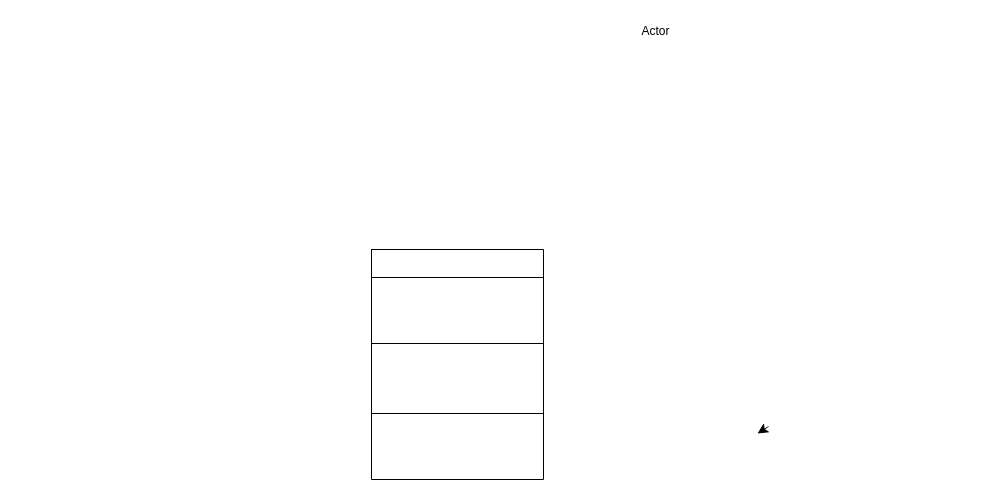
Before: t7iyiuiu.drawio in sanabrii/POO-AgendaApp, a draw.io diagram. Source tidied: cells renumbered, new cells numbered last; positions are measured from the earlier drawing's top-left corner, leaving out a move shared by most shapes. Both pictures are drawn from the tidied source at 100%, with x=0, y=0 at pixel (371, 17).
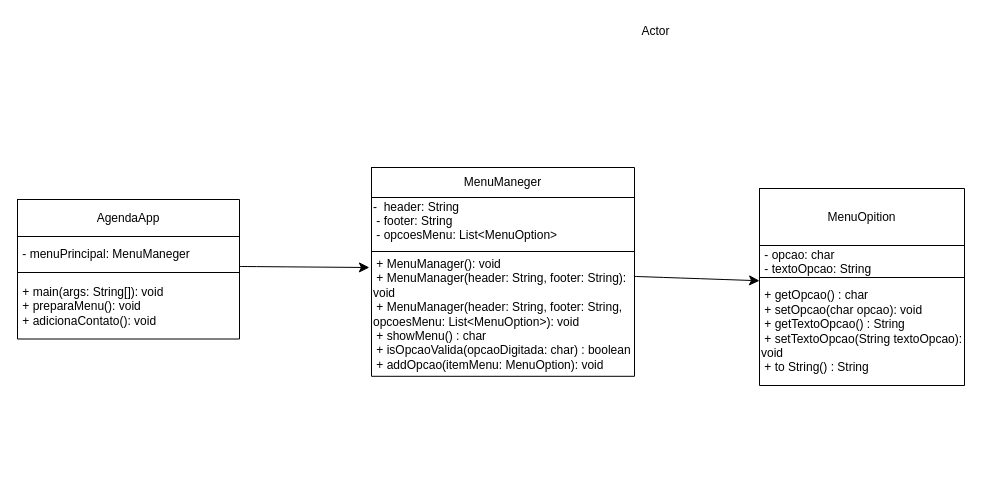
After the change.

Diff of the diagram source:
```diff
@@
     <mxCell id="2" style="shape=table;startSize=0;childLayout=tableLayout;" parent="1" vertex="1">
-      <mxGeometry y="232" width="172" height="230" as="geometry" />
+      <mxGeometry y="150" width="263" height="208.8" as="geometry" />
     </mxCell>
     <mxCell id="3" style="shape=tableRow;horizontal=0;startSize=0;swimlaneHead=0;swimlaneBody=0;strokeColor=inherit;top=0;left=0;bottom=0;right=0;fillColor=none;" parent="2" vertex="1">
-      <mxGeometry width="172" height="28" as="geometry" />
+      <mxGeometry width="263" height="30" as="geometry" />
     </mxCell>
-    <mxCell id="4" style="shape=partialRectangle;html=1;whiteSpace=wrap;strokeColor=inherit;overflow=hidden;fillColor=none;top=0;left=0;bottom=0;right=0;" parent="3" vertex="1">
-      <mxGeometry width="172" height="28" as="geometry" />
+    <mxCell id="4" value="MenuManeger" style="shape=partialRectangle;html=1;whiteSpace=wrap;strokeColor=inherit;overflow=hidden;fillColor=none;top=0;left=0;bottom=0;right=0;" parent="3" vertex="1">
+      <mxGeometry width="263" height="30" as="geometry" />
     </mxCell>
     <mxCell id="5" style="shape=tableRow;horizontal=0;startSize=0;swimlaneHead=0;swimlaneBody=0;strokeColor=inherit;top=0;left=0;bottom=0;right=0;fillColor=none;" parent="2" vertex="1">
-      <mxGeometry y="28" width="172" height="66" as="geometry" />
+      <mxGeometry y="30" width="263" height="54" as="geometry" />
     </mxCell>
-    <mxCell id="6" style="shape=partialRectangle;html=1;whiteSpace=wrap;strokeColor=inherit;overflow=hidden;fillColor=none;top=0;left=0;bottom=0;right=0;" parent="5" vertex="1">
-      <mxGeometry width="172" height="66" as="geometry" />
+    <mxCell id="6" value="-&amp;nbsp; header: String&lt;div&gt;&amp;nbsp;- footer: String&lt;/div&gt;&lt;div&gt;&amp;nbsp;- opcoesMenu: List&amp;lt;MenuOption&amp;gt;&lt;br&gt;&lt;div&gt;&lt;br&gt;&lt;/div&gt;&lt;/div&gt;" style="shape=partialRectangle;html=1;whiteSpace=wrap;strokeColor=inherit;overflow=hidden;fillColor=none;top=0;left=0;bottom=0;right=0;align=left;" parent="5" vertex="1">
+      <mxGeometry width="263" height="54" as="geometry" />
     </mxCell>
+    <mxCell id="13" style="edgeStyle=none;curved=1;rounded=0;orthogonalLoop=1;jettySize=auto;html=1;exitX=1;exitY=0.5;exitDx=0;exitDy=0;fontSize=12;startSize=8;endSize=8;" parent="2" edge="1" source="7" target="7">
+      <mxGeometry relative="1" as="geometry" />
+    </mxCell>
     <mxCell id="7" style="shape=tableRow;horizontal=0;startSize=0;swimlaneHead=0;swimlaneBody=0;strokeColor=inherit;top=0;left=0;bottom=0;right=0;fillColor=none;points=[[0,0.5],[1,0.5]];portConstraint=eastwest;" parent="2" vertex="1">
-      <mxGeometry y="94" width="172" height="70" as="geometry" />
+      <mxGeometry y="84" width="263" height="125" as="geometry" />
     </mxCell>
-    <mxCell id="8" style="shape=partialRectangle;html=1;whiteSpace=wrap;strokeColor=inherit;overflow=hidden;fillColor=none;top=0;left=0;bottom=0;right=0;" parent="7" vertex="1">
-      <mxGeometry width="172" height="70" as="geometry" />
+    <mxCell id="8" value="&lt;span style=&quot;&quot;&gt;&amp;nbsp;+ MenuManager(): void&lt;/span&gt;&lt;div&gt;&lt;div&gt;&lt;span style=&quot;&quot;&gt;&amp;nbsp;+ MenuManager(header: String,&amp;nbsp;&lt;/span&gt;&lt;span style=&quot;&quot;&gt;footer: String): void&lt;/span&gt;&lt;div&gt;&lt;span style=&quot;&quot;&gt;&amp;nbsp;+ MenuManager(header: String,&amp;nbsp;&lt;/span&gt;&lt;span style=&quot;&quot;&gt;footer: String,&amp;nbsp; opcoesMenu:&amp;nbsp;&lt;/span&gt;&lt;span style=&quot;&quot;&gt;List&amp;lt;MenuOption&amp;gt;): void&lt;/span&gt;&lt;br style=&quot;padding: 0px; margin: 0px;&quot;&gt;&lt;span style=&quot;&quot;&gt;&amp;nbsp;+ showMenu() : char&amp;nbsp;&lt;/span&gt;&lt;br style=&quot;padding: 0px; margin: 0px;&quot;&gt;&lt;span style=&quot;&quot;&gt;&amp;nbsp;+ isOpcaoValida(opcaoDigitada:&amp;nbsp;&lt;/span&gt;&lt;span style=&quot;&quot;&gt;char) : boolean&lt;/span&gt;&lt;/div&gt;&lt;div&gt;&lt;span style=&quot;&quot;&gt;&amp;nbsp;+ addOpcao(itemMenu: MenuOption): void&lt;/span&gt;&lt;/div&gt;&lt;/div&gt;&lt;/div&gt;" style="shape=partialRectangle;html=1;whiteSpace=wrap;strokeColor=inherit;overflow=hidden;fillColor=none;top=0;left=0;bottom=0;right=0;align=left;" parent="7" vertex="1">
+      <mxGeometry width="263" height="125" as="geometry" />
     </mxCell>
-    <mxCell id="9" style="shape=tableRow;horizontal=0;startSize=0;swimlaneHead=0;swimlaneBody=0;strokeColor=inherit;top=0;left=0;bottom=0;right=0;fillColor=none;" parent="2" vertex="1">
-      <mxGeometry y="164" width="172" height="66" as="geometry" />
-    </mxCell>
-    <mxCell id="10" style="shape=partialRectangle;html=1;whiteSpace=wrap;strokeColor=inherit;overflow=hidden;fillColor=none;top=0;left=0;bottom=0;right=0;" parent="9" vertex="1">
-      <mxGeometry width="172" height="66" as="geometry" />
-    </mxCell>
-    <mxCell id="11" style="edgeStyle=none;curved=1;rounded=0;orthogonalLoop=1;jettySize=auto;html=1;fontSize=12;startSize=8;endSize=8;" parent="1" edge="1">
-      <mxGeometry relative="1" as="geometry">
-        <mxPoint x="397" y="409" as="sourcePoint" />
-        <mxPoint x="386" y="416" as="targetPoint" />
-      </mxGeometry>
-    </mxCell>
@@
+    <mxCell id="14" style="shape=table;startSize=0;childLayout=tableLayout;" parent="1" vertex="1">
+      <mxGeometry x="388" y="171" width="205" height="197" as="geometry" />
+    </mxCell>
+    <mxCell id="15" style="shape=tableRow;horizontal=0;startSize=0;swimlaneHead=0;swimlaneBody=0;strokeColor=inherit;top=0;left=0;bottom=0;right=0;fillColor=none;" parent="14" vertex="1">
+      <mxGeometry width="205" height="57" as="geometry" />
+    </mxCell>
+    <mxCell id="16" value="MenuOpition" style="shape=partialRectangle;html=1;whiteSpace=wrap;strokeColor=inherit;overflow=hidden;fillColor=none;top=0;left=0;bottom=0;right=0;" parent="15" vertex="1">
+      <mxGeometry width="205" height="57" as="geometry" />
+    </mxCell>
+    <mxCell id="17" style="shape=tableRow;horizontal=0;startSize=0;swimlaneHead=0;swimlaneBody=0;strokeColor=inherit;top=0;left=0;bottom=0;right=0;fillColor=none;" parent="14" vertex="1">
+      <mxGeometry y="57" width="205" height="32" as="geometry" />
+    </mxCell>
+    <mxCell id="18" value="&amp;nbsp;- opcao: char&lt;div&gt;&amp;nbsp;- textoOpcao: String&lt;/div&gt;" style="shape=partialRectangle;html=1;whiteSpace=wrap;strokeColor=inherit;overflow=hidden;fillColor=none;top=0;left=0;bottom=0;right=0;align=left;" parent="17" vertex="1">
+      <mxGeometry width="205" height="32" as="geometry" />
+    </mxCell>
+    <mxCell id="19" style="shape=tableRow;horizontal=0;startSize=0;swimlaneHead=0;swimlaneBody=0;strokeColor=inherit;top=0;left=0;bottom=0;right=0;fillColor=none;points=[[0,0.5],[1,0.5]];portConstraint=eastwest;" parent="14" vertex="1">
+      <mxGeometry y="89" width="205" height="108" as="geometry" />
+    </mxCell>
+    <mxCell id="20" value="&amp;nbsp;+ getOpcao() : char&lt;div&gt;&amp;nbsp;+ setOpcao(char opcao): void&lt;br&gt;&lt;div&gt;&amp;nbsp;+ getTextoOpcao() : String&lt;/div&gt;&lt;div&gt;&amp;nbsp;+ setTextoOpcao(String textoOpcao): void&lt;/div&gt;&lt;div&gt;&amp;nbsp;+ to String() : String&lt;/div&gt;&lt;/div&gt;" style="shape=partialRectangle;html=1;whiteSpace=wrap;strokeColor=inherit;overflow=hidden;fillColor=none;top=0;left=0;bottom=0;right=0;align=left;" parent="19" vertex="1">
+      <mxGeometry width="205" height="108" as="geometry" />
+    </mxCell>
+    <mxCell id="21" style="edgeStyle=none;curved=1;rounded=0;jettySize=auto;html=1;fontSize=12;startSize=8;endSize=8;entryX=0;entryY=0.03;entryDx=0;entryDy=0;entryPerimeter=0;" parent="1" edge="1" source="2" target="19">
+      <mxGeometry relative="1" as="geometry" />
+    </mxCell>
+    <mxCell id="22" style="shape=table;startSize=0;childLayout=tableLayout;" parent="1" vertex="1">
+      <mxGeometry x="-354" y="182" width="222" height="139.5" as="geometry" />
+    </mxCell>
+    <mxCell id="23" style="shape=tableRow;horizontal=0;startSize=0;swimlaneHead=0;swimlaneBody=0;strokeColor=inherit;top=0;left=0;bottom=0;right=0;fillColor=none;" parent="22" vertex="1">
+      <mxGeometry width="222" height="37" as="geometry" />
+    </mxCell>
+    <mxCell id="24" value="AgendaApp" style="shape=partialRectangle;html=1;whiteSpace=wrap;strokeColor=inherit;overflow=hidden;fillColor=none;top=0;left=0;bottom=0;right=0;" parent="23" vertex="1">
+      <mxGeometry width="222" height="37" as="geometry" />
+    </mxCell>
+    <mxCell id="25" style="shape=tableRow;horizontal=0;startSize=0;swimlaneHead=0;swimlaneBody=0;strokeColor=inherit;top=0;left=0;bottom=0;right=0;fillColor=none;points=[[0,0.5],[1,0.5]];portConstraint=eastwest;" parent="22" vertex="1">
+      <mxGeometry y="37" width="222" height="36" as="geometry" />
+    </mxCell>
+    <mxCell id="26" value="&amp;nbsp;- menuPrincipal: MenuManeger" style="shape=partialRectangle;html=1;whiteSpace=wrap;strokeColor=inherit;overflow=hidden;fillColor=none;top=0;left=0;bottom=0;right=0;align=left;" parent="25" vertex="1">
+      <mxGeometry width="222" height="36" as="geometry" />
+    </mxCell>
+    <mxCell id="27" style="shape=tableRow;horizontal=0;startSize=0;swimlaneHead=0;swimlaneBody=0;strokeColor=inherit;top=0;left=0;bottom=0;right=0;fillColor=none;" parent="22" vertex="1">
+      <mxGeometry y="73" width="222" height="67" as="geometry" />
+    </mxCell>
+    <mxCell id="28" value="&amp;nbsp;+ main(args: String[]): void&lt;div&gt;&amp;nbsp;+ preparaMenu(): void&lt;/div&gt;&lt;div&gt;&amp;nbsp;+ adicionaContato(): void&lt;/div&gt;" style="shape=partialRectangle;html=1;whiteSpace=wrap;strokeColor=inherit;overflow=hidden;fillColor=none;top=0;left=0;bottom=0;right=0;align=left;" parent="27" vertex="1">
+      <mxGeometry width="222" height="67" as="geometry" />
+    </mxCell>
+    <mxCell id="29" style="edgeStyle=none;curved=1;rounded=0;jettySize=auto;html=1;fontSize=12;startSize=8;endSize=8;entryX=-0.008;entryY=0.128;entryDx=0;entryDy=0;entryPerimeter=0;exitX=1;exitY=0.833;exitDx=0;exitDy=0;exitPerimeter=0;" parent="1" edge="1" source="25" target="7">
+      <mxGeometry relative="1" as="geometry" />
+    </mxCell>
```
